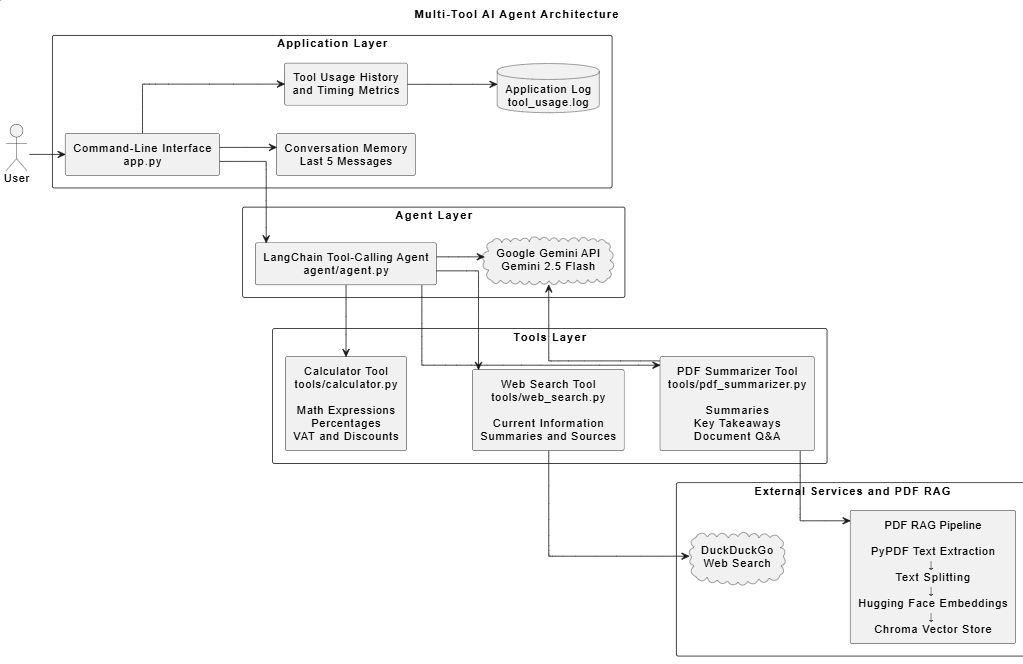
osamajahmad/Multi-tool-AI-agent-using-LangChain keeps this PlantUML diagram as docs/architecture_diagram.png. Above is the earlier version. Its source is kept beside it as architecture_diagram.puml. Its diagram source:
```plantuml
@startuml

title Multi-Tool AI Agent Architecture

left to right direction

skinparam backgroundColor white
skinparam shadowing false
skinparam componentStyle rectangle
skinparam packageStyle rectangle
skinparam defaultTextAlignment center
skinparam linetype ortho
skinparam nodesep 35
skinparam ranksep 45

actor "User" as User

package "Application Layer" {

    component "Command-Line Interface\napp.py" as App

    component "Conversation Memory\nLast 5 Messages" as Memory

    component "Tool Usage History\nand Timing Metrics" as Tracker

    database "Application Log\ntool_usage.log" as Log

    App -down-> Memory
    App -down-> Tracker
    Tracker -down-> Log
}

package "Agent Layer" {

    component "LangChain Tool-Calling Agent\nagent/agent.py" as Agent

    cloud "Google Gemini API\nGemini 2.5 Flash" as Gemini

    Agent -down-> Gemini
}

package "Tools Layer" {

    component "Calculator Tool\ntools/calculator.py\n\nMath Expressions\nPercentages\nVAT and Discounts" as Calculator

    component "Web Search Tool\ntools/web_search.py\n\nCurrent Information\nSummaries and Sources" as WebSearch

    component "PDF Summarizer Tool\ntools/pdf_summarizer.py\n\nSummaries\nKey Takeaways\nDocument Q&A" as PDFTool

    Calculator -[hidden]down-> WebSearch
    WebSearch -[hidden]down-> PDFTool
}

package "External Services and PDF RAG" {

    cloud "DuckDuckGo\nWeb Search" as DuckDuckGo

    component "PDF RAG Pipeline\n\nPyPDF Text Extraction\n↓\nText Splitting\n↓\nHugging Face Embeddings\n↓\nChroma Vector Store" as RAG

    DuckDuckGo -[hidden]down-> RAG
}

User --> App
App --> Agent

Agent --> Calculator
Agent --> WebSearch
Agent --> PDFTool

WebSearch --> DuckDuckGo
PDFTool --> RAG
PDFTool --> Gemini

@enduml
```
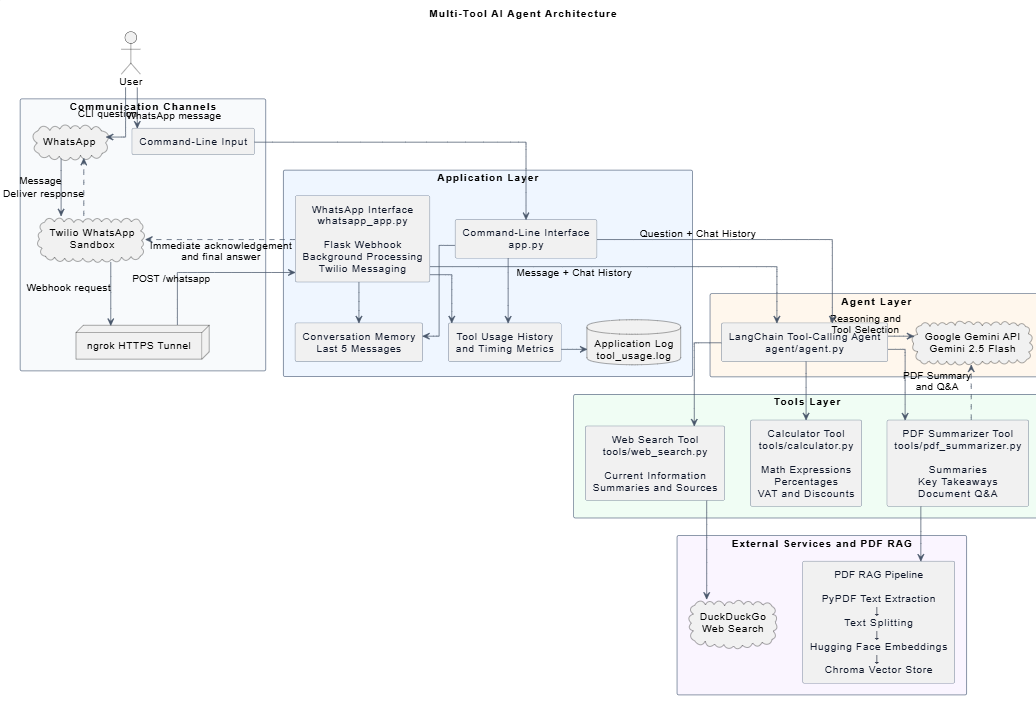
After the change.

Commit message:
Whatsapp Integration

What changed in the source:
```diff
@@ -2,7 +2,7 @@
 
 title Multi-Tool AI Agent Architecture
 
-left to right direction
+top to bottom direction
 
 skinparam backgroundColor white
 skinparam shadowing false
@@ -11,13 +11,45 @@
 skinparam defaultTextAlignment center
 skinparam linetype ortho
 skinparam nodesep 35
-skinparam ranksep 45
+skinparam ranksep 40
+
+skinparam package {
+    BorderColor #64748B
+    FontColor #0F172A
+}
+
+skinparam component {
+    BorderColor #64748B
+    FontColor #0F172A
+}
+
+skinparam ArrowColor #475569
+
 
 actor "User" as User
 
-package "Application Layer" {
+
+package "Communication Channels" #F8FAFC {
+
+    component "Command-Line Input" as CLI
+
+    cloud "WhatsApp" as WhatsApp
+
+    cloud "Twilio WhatsApp\nSandbox" as Twilio
+
+    node "ngrok HTTPS Tunnel" as Ngrok
+
+    CLI -[hidden]right-> WhatsApp
+    WhatsApp -down-> Twilio : Message
+    Twilio -down-> Ngrok : Webhook request
+}
+
+
+package "Application Layer" #EFF6FF {
 
     component "Command-Line Interface\napp.py" as App
+
+    component "WhatsApp Interface\nwhatsapp_app.py\n\nFlask Webhook\nBackground Processing\nTwilio Messaging" as WhatsAppApp
 
     component "Conversation Memory\nLast 5 Messages" as Memory
 
@@ -25,21 +57,31 @@
 
     database "Application Log\ntool_usage.log" as Log
 
+    App -[hidden]right-> WhatsAppApp
+    Memory -[hidden]right-> Tracker
+    Tracker -[hidden]right-> Log
+
     App -down-> Memory
     App -down-> Tracker
-    Tracker -down-> Log
+
+    WhatsAppApp -down-> Memory
+    WhatsAppApp -down-> Tracker
+
+    Tracker -right-> Log
 }
 
-package "Agent Layer" {
+
+package "Agent Layer" #FFF7ED {
 
     component "LangChain Tool-Calling Agent\nagent/agent.py" as Agent
 
     cloud "Google Gemini API\nGemini 2.5 Flash" as Gemini
 
-    Agent -down-> Gemini
+    Agent -right-> Gemini : Reasoning and\nTool Selection
 }
 
-package "Tools Layer" {
+
+package "Tools Layer" #F0FDF4 {
 
     component "Calculator Tool\ntools/calculator.py\n\nMath Expressions\nPercentages\nVAT and Discounts" as Calculator
 
@@ -47,28 +89,45 @@
 
     component "PDF Summarizer Tool\ntools/pdf_summarizer.py\n\nSummaries\nKey Takeaways\nDocument Q&A" as PDFTool
 
-    Calculator -[hidden]down-> WebSearch
-    WebSearch -[hidden]down-> PDFTool
+    Calculator -[hidden]right-> WebSearch
+    WebSearch -[hidden]right-> PDFTool
 }
 
-package "External Services and PDF RAG" {
+
+package "External Services and PDF RAG" #FAF5FF {
 
     cloud "DuckDuckGo\nWeb Search" as DuckDuckGo
 
     component "PDF RAG Pipeline\n\nPyPDF Text Extraction\n↓\nText Splitting\n↓\nHugging Face Embeddings\n↓\nChroma Vector Store" as RAG
 
-    DuckDuckGo -[hidden]down-> RAG
+    DuckDuckGo -[hidden]right-> RAG
 }
 
-User --> App
-App --> Agent
 
-Agent --> Calculator
-Agent --> WebSearch
-Agent --> PDFTool
+User -down-> CLI : CLI question
+CLI -down-> App
 
-WebSearch --> DuckDuckGo
-PDFTool --> RAG
-PDFTool --> Gemini
+User -right-> WhatsApp : WhatsApp message
+
+Ngrok -down-> WhatsAppApp : POST /whatsapp
+
+WhatsAppApp ..> Twilio : Immediate acknowledgement\nand final answer
+Twilio ..> WhatsApp : Deliver response
+
+
+App -down-> Agent : Question + Chat History
+WhatsAppApp -down-> Agent : Message + Chat History
+
+
+Agent -down-> Calculator
+Agent -down-> WebSearch
+Agent -down-> PDFTool
+
+
+WebSearch -down-> DuckDuckGo
+PDFTool -down-> RAG
+
+PDFTool ..> Gemini : PDF Summary\nand Q&A
+
 
 @enduml
```
